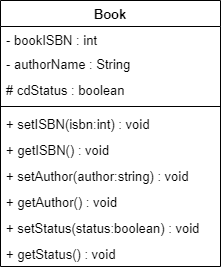
The draw.io diagram E2ClassDiagram.png in yunee01/W2, before a commit. Source tidied: cells renumbered, new cells last; positions are measured from the earlier drawing's top-left corner, leaving out a move shared by most shapes.
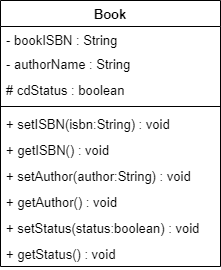
The same file after the commit.

The edit, as a diff of the source:
```diff
@@ -5,7 +5,7 @@
     <mxCell id="2" value="Book" style="swimlane;fontStyle=1;align=center;verticalAlign=top;horizontal=1;startSize=26;fontSize=13;" parent="1" vertex="1">
       <mxGeometry width="220" height="266" as="geometry" />
     </mxCell>
-    <mxCell id="3" value="- bookISBN : int" style="text;strokeColor=none;fillColor=none;align=left;verticalAlign=top;spacingLeft=4;spacingRight=4;overflow=hidden;fontSize=13;" parent="2" vertex="1">
+    <mxCell id="3" value="- bookISBN : String" style="text;strokeColor=none;fillColor=none;align=left;verticalAlign=top;spacingLeft=4;spacingRight=4;overflow=hidden;fontSize=13;" parent="2" vertex="1">
       <mxGeometry y="26" width="220" height="24" as="geometry" />
     </mxCell>
     <mxCell id="4" value="- authorName : String" style="text;strokeColor=none;fillColor=none;align=left;verticalAlign=top;spacingLeft=4;spacingRight=4;overflow=hidden;fontSize=13;" parent="2" vertex="1">
@@ -17,13 +17,13 @@
     <mxCell id="6" style="line;strokeWidth=1;fillColor=none;align=left;verticalAlign=middle;spacingTop=-1;spacingLeft=3;spacingRight=3;labelPosition=right;fontSize=13;" parent="2" vertex="1">
       <mxGeometry y="102" width="220" height="8" as="geometry" />
     </mxCell>
-    <mxCell id="7" value="+ setISBN(isbn:int) : void" style="text;strokeColor=none;fillColor=none;align=left;verticalAlign=top;spacingLeft=4;spacingRight=4;overflow=hidden;fontSize=13;" parent="2" vertex="1">
+    <mxCell id="7" value="+ setISBN(isbn:String) : void" style="text;strokeColor=none;fillColor=none;align=left;verticalAlign=top;spacingLeft=4;spacingRight=4;overflow=hidden;fontSize=13;" parent="2" vertex="1">
       <mxGeometry y="110" width="220" height="26" as="geometry" />
     </mxCell>
     <mxCell id="8" value="+ getISBN() : void" style="text;strokeColor=none;fillColor=none;align=left;verticalAlign=top;spacingLeft=4;spacingRight=4;overflow=hidden;fontSize=13;" parent="2" vertex="1">
       <mxGeometry y="136" width="220" height="26" as="geometry" />
     </mxCell>
-    <mxCell id="9" value="+ setAuthor(author:string) : void" style="text;strokeColor=none;fillColor=none;align=left;verticalAlign=top;spacingLeft=4;spacingRight=4;overflow=hidden;fontSize=13;" parent="2" vertex="1">
+    <mxCell id="9" value="+ setAuthor(author:String) : void" style="text;strokeColor=none;fillColor=none;align=left;verticalAlign=top;spacingLeft=4;spacingRight=4;overflow=hidden;fontSize=13;" parent="2" vertex="1">
       <mxGeometry y="162" width="220" height="26" as="geometry" />
     </mxCell>
     <mxCell id="10" value="+ getAuthor() : void" style="text;strokeColor=none;fillColor=none;align=left;verticalAlign=top;spacingLeft=4;spacingRight=4;overflow=hidden;fontSize=13;" parent="2" vertex="1">
```
